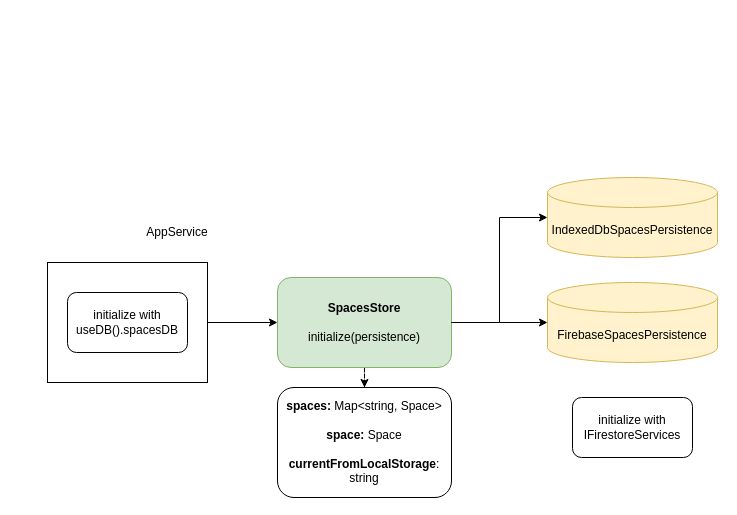
Before: docs/drawio/tabsets.drawio in evandor/tabsets, a draw.io diagram. Source tidied: cells renumbered, new cells numbered last; positions are measured from the earlier drawing's top-left corner, leaving out a move shared by most shapes. Both pictures are drawn from the tidied source at 100%, with x=0, y=0 at pixel (47, 177).
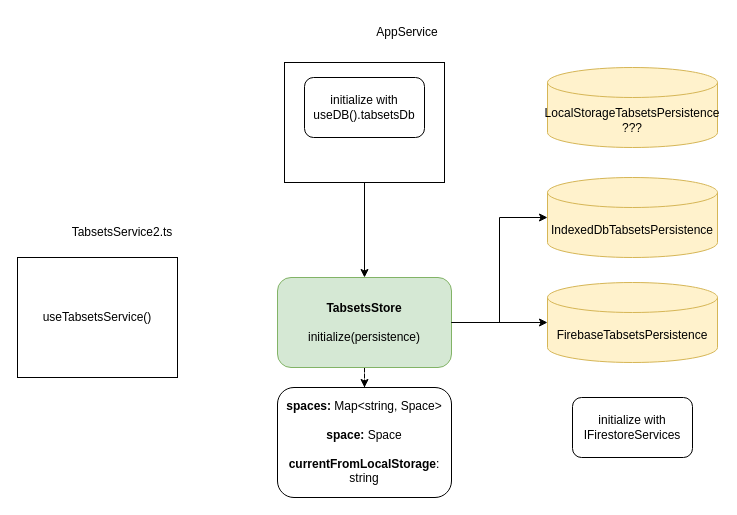
The same page after the edit.

What changed in the source:
```diff
@@
 <mxGraphModel>
   <root>
     <mxCell id="0" />
     <mxCell id="1" parent="0" />
     <mxCell id="2" style="edgeStyle=orthogonalEdgeStyle;rounded=0;jettySize=auto;html=1;dashed=1;startArrow=none;startFill=0;" parent="1" edge="1" source="3" target="12">
       <mxGeometry relative="1" as="geometry" />
     </mxCell>
-    <mxCell id="3" value="&lt;b&gt;SpacesStore&lt;/b&gt;&lt;div&gt;&lt;br&gt;&lt;/div&gt;&lt;div&gt;initialize(persistence)&lt;/div&gt;" style="rounded=1;whiteSpace=wrap;html=1;fillColor=#d5e8d4;strokeColor=#82b366;" parent="1" vertex="1">
+    <mxCell id="3" value="&lt;b&gt;TabsetsStore&lt;/b&gt;&lt;div&gt;&lt;br&gt;&lt;/div&gt;&lt;div&gt;initialize(persistence)&lt;/div&gt;" style="rounded=1;whiteSpace=wrap;html=1;fillColor=#d5e8d4;strokeColor=#82b366;" parent="1" vertex="1">
       <mxGeometry x="230" y="100" width="174" height="90" as="geometry" />
     </mxCell>
-    <mxCell id="4" value="FirebaseSpacesPersistence" style="shape=cylinder3;whiteSpace=wrap;html=1;boundedLbl=1;backgroundOutline=1;size=15;fillColor=#fff2cc;strokeColor=#d6b656;" parent="1" vertex="1">
+    <mxCell id="4" value="FirebaseTabsetsPersistence" style="shape=cylinder3;whiteSpace=wrap;html=1;boundedLbl=1;backgroundOutline=1;size=15;fillColor=#fff2cc;strokeColor=#d6b656;" parent="1" vertex="1">
       <mxGeometry x="500" y="105" width="170" height="80" as="geometry" />
     </mxCell>
     <mxCell id="5" style="edgeStyle=orthogonalEdgeStyle;rounded=0;jettySize=auto;html=1;entryX=0;entryY=0.5;entryDx=0;entryDy=0;entryPerimeter=0;" parent="1" edge="1" source="3" target="4">
       <mxGeometry relative="1" as="geometry" />
     </mxCell>
-    <mxCell id="6" value="IndexedDbSpacesPersistence" style="shape=cylinder3;whiteSpace=wrap;html=1;boundedLbl=1;backgroundOutline=1;size=15;fillColor=#fff2cc;strokeColor=#d6b656;" parent="1" vertex="1">
+    <mxCell id="6" value="IndexedDbTabsetsPersistence" style="shape=cylinder3;whiteSpace=wrap;html=1;boundedLbl=1;backgroundOutline=1;size=15;fillColor=#fff2cc;strokeColor=#d6b656;" parent="1" vertex="1">
       <mxGeometry x="500" width="170" height="80" as="geometry" />
     </mxCell>
     <mxCell id="7" style="edgeStyle=orthogonalEdgeStyle;rounded=0;jettySize=auto;html=1;entryX=0;entryY=0.5;entryDx=0;entryDy=0;entryPerimeter=0;" parent="1" edge="1" source="3" target="6">
       <mxGeometry relative="1" as="geometry" />
     </mxCell>
-    <mxCell id="8" style="edgeStyle=orthogonalEdgeStyle;rounded=0;jettySize=auto;html=1;entryX=0;entryY=0.5;entryDx=0;entryDy=0;" parent="1" edge="1" source="9" target="3">
+    <mxCell id="8" style="edgeStyle=orthogonalEdgeStyle;rounded=0;jettySize=auto;html=1;entryX=0.5;entryY=0;entryDx=0;entryDy=0;" parent="1" edge="1" source="9" target="3">
       <mxGeometry relative="1" as="geometry" />
     </mxCell>
     <mxCell id="9" style="rounded=0;whiteSpace=wrap;html=1;align=center;" parent="1" vertex="1">
-      <mxGeometry y="85" width="160" height="120" as="geometry" />
+      <mxGeometry x="237" y="-115" width="160" height="120" as="geometry" />
     </mxCell>
     <mxCell id="10" value="AppService" style="text;html=1;align=center;verticalAlign=middle;whiteSpace=wrap;rounded=0;" parent="1" vertex="1">
-      <mxGeometry x="100" y="40" width="60" height="30" as="geometry" />
+      <mxGeometry x="330" y="-160" width="60" height="30" as="geometry" />
     </mxCell>
-    <mxCell id="11" value="&lt;div&gt;initialize with&lt;/div&gt;useDB().spacesDB" style="rounded=1;whiteSpace=wrap;html=1;" parent="1" vertex="1">
-      <mxGeometry x="20" y="115" width="120" height="60" as="geometry" />
+    <mxCell id="11" value="&lt;div&gt;initialize with&lt;/div&gt;useDB().tabsetsDb" style="rounded=1;whiteSpace=wrap;html=1;" parent="1" vertex="1">
+      <mxGeometry x="257" y="-100" width="120" height="60" as="geometry" />
     </mxCell>
     <mxCell id="12" value="&lt;b&gt;spaces: &lt;/b&gt;Map&amp;lt;string, Space&amp;gt;&lt;br&gt;&lt;br&gt;&lt;b&gt;space: &lt;/b&gt;Space&lt;div&gt;&lt;br&gt;&lt;/div&gt;&lt;div&gt;&lt;b&gt;currentFromLocalStorage&lt;/b&gt;: string&lt;/div&gt;" style="rounded=1;whiteSpace=wrap;html=1;" parent="1" vertex="1">
       <mxGeometry x="230" y="210" width="174" height="110" as="geometry" />
     </mxCell>
     <mxCell id="13" value="&lt;div&gt;initialize with&lt;/div&gt;IFirestoreServices" style="rounded=1;whiteSpace=wrap;html=1;" parent="1" vertex="1">
       <mxGeometry x="525" y="220" width="120" height="60" as="geometry" />
     </mxCell>
+    <mxCell id="14" value="useTabsetsService()" style="rounded=0;whiteSpace=wrap;html=1;align=center;" parent="1" vertex="1">
+      <mxGeometry x="-30" y="80" width="160" height="120" as="geometry" />
+    </mxCell>
+    <mxCell id="15" value="TabsetsService2.ts" style="text;html=1;align=center;verticalAlign=middle;whiteSpace=wrap;rounded=0;" parent="1" vertex="1">
+      <mxGeometry x="20" y="40" width="110" height="30" as="geometry" />
+    </mxCell>
+    <mxCell id="16" value="LocalStorageTabsetsPersistence&lt;div&gt;???&lt;/div&gt;" style="shape=cylinder3;whiteSpace=wrap;html=1;boundedLbl=1;backgroundOutline=1;size=15;fillColor=#fff2cc;strokeColor=#d6b656;" parent="1" vertex="1">
+      <mxGeometry x="500" y="-110" width="170" height="80" as="geometry" />
+    </mxCell>
   </root>
 </mxGraphModel>
```
